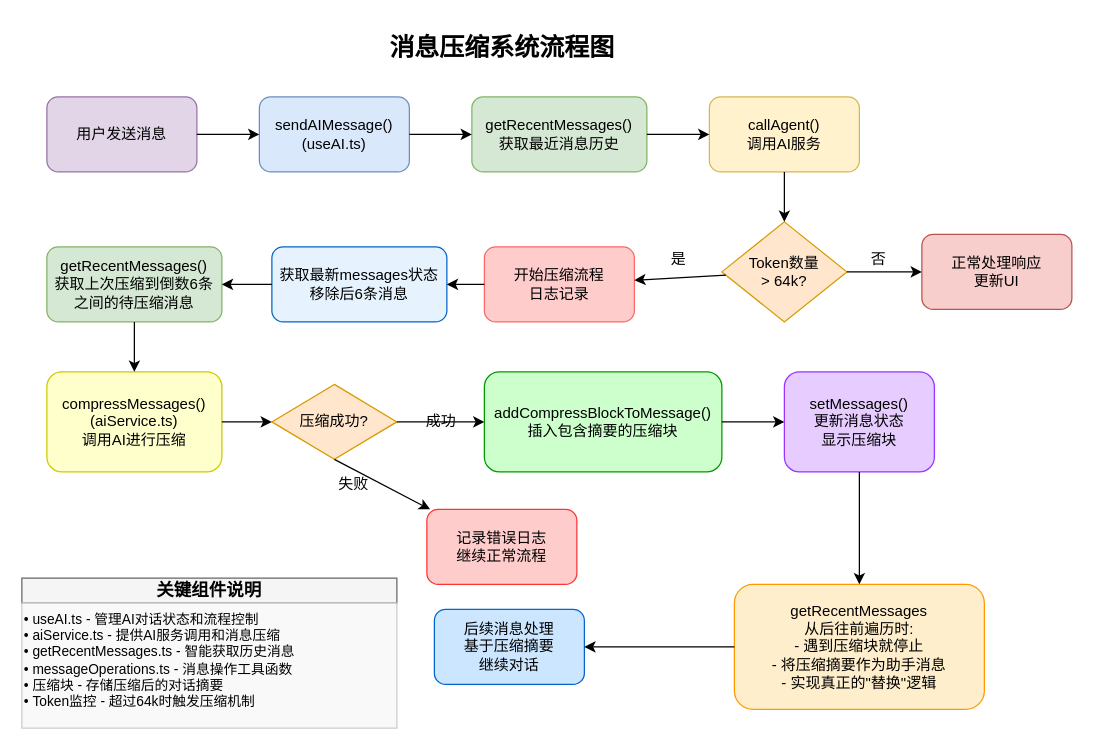
The draw.io diagram message_compression_flow.drawio in netease-lcap/wave-agent, before the edit. Source tidied: cells renumbered, new cells numbered last; positions are measured from the earlier drawing's top-left corner, leaving out a move shared by most shapes. Both pictures are drawn from the tidied source at 125%, with x=0, y=0 at pixel (21, 21).
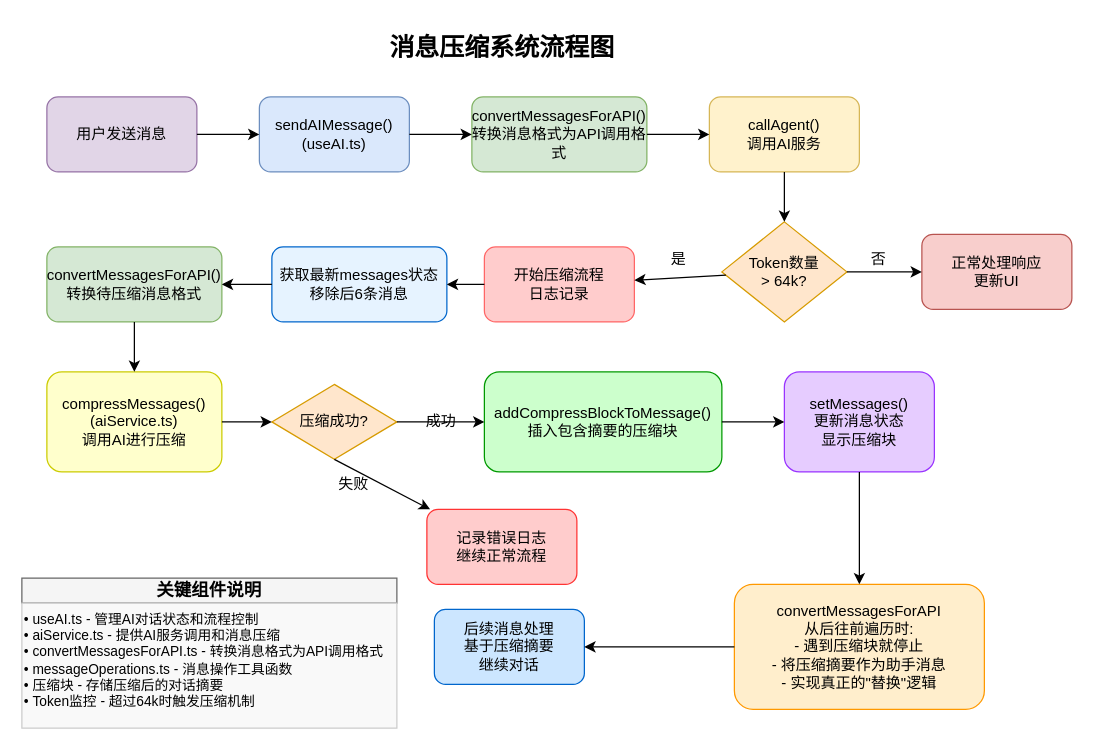
The same diagram, later.

Unchanged cells that the change refers to:
```xml
<mxCell id="38" style="group;" parent="1" vertex="1">
  <mxGeometry y="445" width="300" height="120" as="geometry" />
</mxCell>
```

Diff of the diagram source:
```diff
@@
-    <mxCell id="5" value="getRecentMessages()&lt;br&gt;获取最近消息历史" style="rounded=1;whiteSpace=wrap;html=1;fillColor=#d5e8d4;strokeColor=#82b366;" parent="1" vertex="1">
+    <mxCell id="5" value="convertMessagesForAPI()&lt;br&gt;转换消息格式为API调用格式" style="rounded=1;whiteSpace=wrap;html=1;fillColor=#d5e8d4;strokeColor=#82b366;" parent="1" vertex="1">
       <mxGeometry x="360" y="60" width="140" height="60" as="geometry" />
     </mxCell>
@@
-    <mxCell id="11" value="getRecentMessages()&lt;br&gt;获取上次压缩到倒数6条之间的待压缩消息" style="rounded=1;whiteSpace=wrap;html=1;fillColor=#d5e8d4;strokeColor=#82b366;" parent="1" vertex="1">
+    <mxCell id="11" value="convertMessagesForAPI()&lt;br&gt;转换待压缩消息格式" style="rounded=1;whiteSpace=wrap;html=1;fillColor=#d5e8d4;strokeColor=#82b366;" parent="1" vertex="1">
       <mxGeometry x="20" y="180" width="140" height="60" as="geometry" />
     </mxCell>
@@
-    <mxCell id="17" value="getRecentMessages&lt;br&gt;从后往前遍历时:&lt;br&gt;- 遇到压缩块就停止&lt;br&gt;- 将压缩摘要作为助手消息&lt;br&gt;- 实现真正的&quot;替换&quot;逻辑" style="rounded=1;whiteSpace=wrap;html=1;fillColor=#ffeecc;strokeColor=#ff9900;" parent="1" vertex="1">
+    <mxCell id="17" value="convertMessagesForAPI&lt;br&gt;从后往前遍历时:&lt;br&gt;- 遇到压缩块就停止&lt;br&gt;- 将压缩摘要作为助手消息&lt;br&gt;- 实现真正的&quot;替换&quot;逻辑" style="rounded=1;whiteSpace=wrap;html=1;fillColor=#ffeecc;strokeColor=#ff9900;" parent="1" vertex="1">
       <mxGeometry x="570" y="450" width="200" height="100" as="geometry" />
     </mxCell>
@@
-    <mxCell id="40" value="• useAI.ts - 管理AI对话状态和流程控制&lt;br&gt;• aiService.ts - 提供AI服务调用和消息压缩&lt;br&gt;• getRecentMessages.ts - 智能获取历史消息&lt;br&gt;• messageOperations.ts - 消息操作工具函数&lt;br&gt;• 压缩块 - 存储压缩后的对话摘要&lt;br&gt;• Token监控 - 超过64k时触发压缩机制" style="rounded=0;whiteSpace=wrap;html=1;fillColor=#f9f9f9;strokeColor=#cccccc;fontSize=11;align=left;verticalAlign=top;" parent="38" vertex="1">
+    <mxCell id="40" value="• useAI.ts - 管理AI对话状态和流程控制&lt;br&gt;• aiService.ts - 提供AI服务调用和消息压缩&lt;br&gt;• convertMessagesForAPI.ts - 转换消息格式为API调用格式&lt;br&gt;• messageOperations.ts - 消息操作工具函数&lt;br&gt;• 压缩块 - 存储压缩后的对话摘要&lt;br&gt;• Token监控 - 超过64k时触发压缩机制" style="rounded=0;whiteSpace=wrap;html=1;fillColor=#f9f9f9;strokeColor=#cccccc;fontSize=11;align=left;verticalAlign=top;" parent="38" vertex="1">
       <mxGeometry y="20" width="300" height="100" as="geometry" />
     </mxCell>
```
